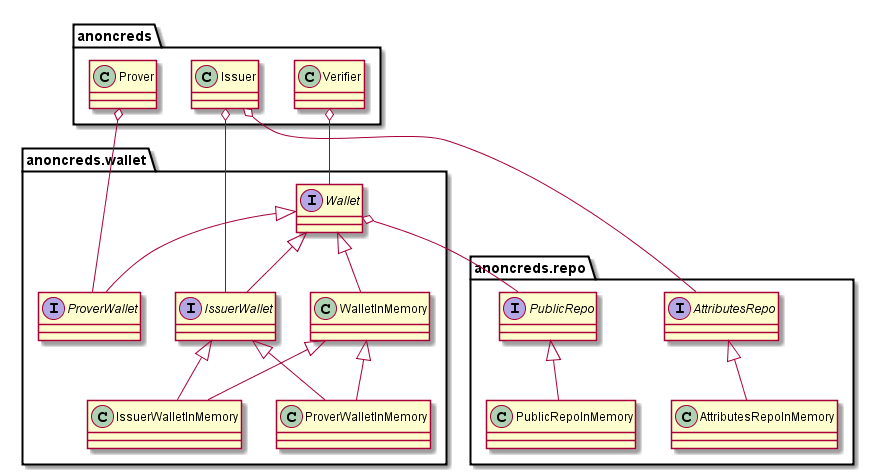
Before: docs/diagrams/anoncred_class_anoncreds.png, a diagram exported from PlantUML (hyperledger-archives/indy-anoncreds).
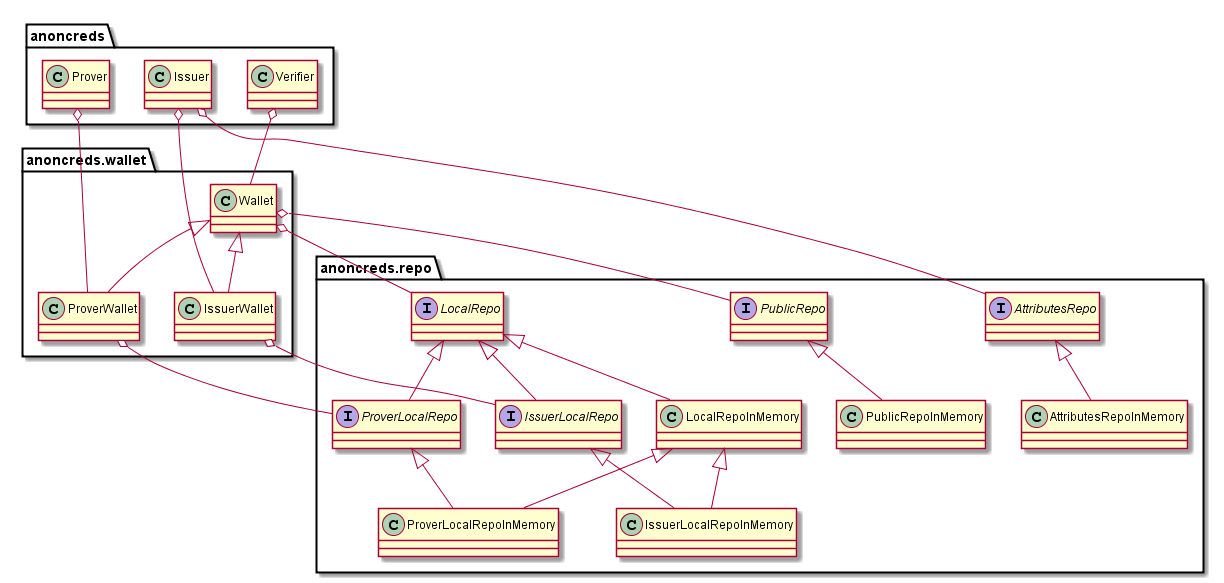
Later version of the same file.

Commit message:
update class diagrams for anoncreds

The edit, as a diff of the source:
```diff
@@ -4,35 +4,42 @@
 
 interface PublicRepo
 interface AttributesRepo
+interface LocalRepo
+interface IssuerLocalRepo
+interface ProverLocalRepo
 
 class PublicRepoInMemory
+class LocalRepoInMemory
+class IssuerLocalRepoInMemory
+class ProverLocalRepoInMemory
 class AttributesRepoInMemory
 
 AttributesRepo <|-- AttributesRepoInMemory
 PublicRepo <|-- PublicRepoInMemory
+
+LocalRepo <|-- IssuerLocalRepo
+LocalRepo <|-- ProverLocalRepo
+
+LocalRepo <|-- LocalRepoInMemory
+LocalRepoInMemory <|-- IssuerLocalRepoInMemory
+LocalRepoInMemory <|-- ProverLocalRepoInMemory
+
+IssuerLocalRepo <|-- IssuerLocalRepoInMemory
+ProverLocalRepo <|-- ProverLocalRepoInMemory
 }
 
 
 package  anoncreds.wallet {
 
-interface Wallet
-interface IssuerWallet
-interface ProverWallet
-
-class WalletInMemory
-class IssuerWalletInMemory
-class ProverWalletInMemory
+class Wallet
+class Wallet <|-- IssuerWallet
+class Wallet <|-- ProverWallet
 
 Wallet o-- PublicRepo
-Wallet <|-- IssuerWallet
-Wallet <|-- ProverWallet
-Wallet <|-- WalletInMemory
+Wallet o-- LocalRepo
 
-IssuerWallet <|-- IssuerWalletInMemory
-WalletInMemory <|-- IssuerWalletInMemory
-
-IssuerWallet <|-- ProverWalletInMemory
-WalletInMemory <|-- ProverWalletInMemory
+IssuerWallet o-- IssuerLocalRepo
+ProverWallet o-- ProverLocalRepo
 }
 
 
```
